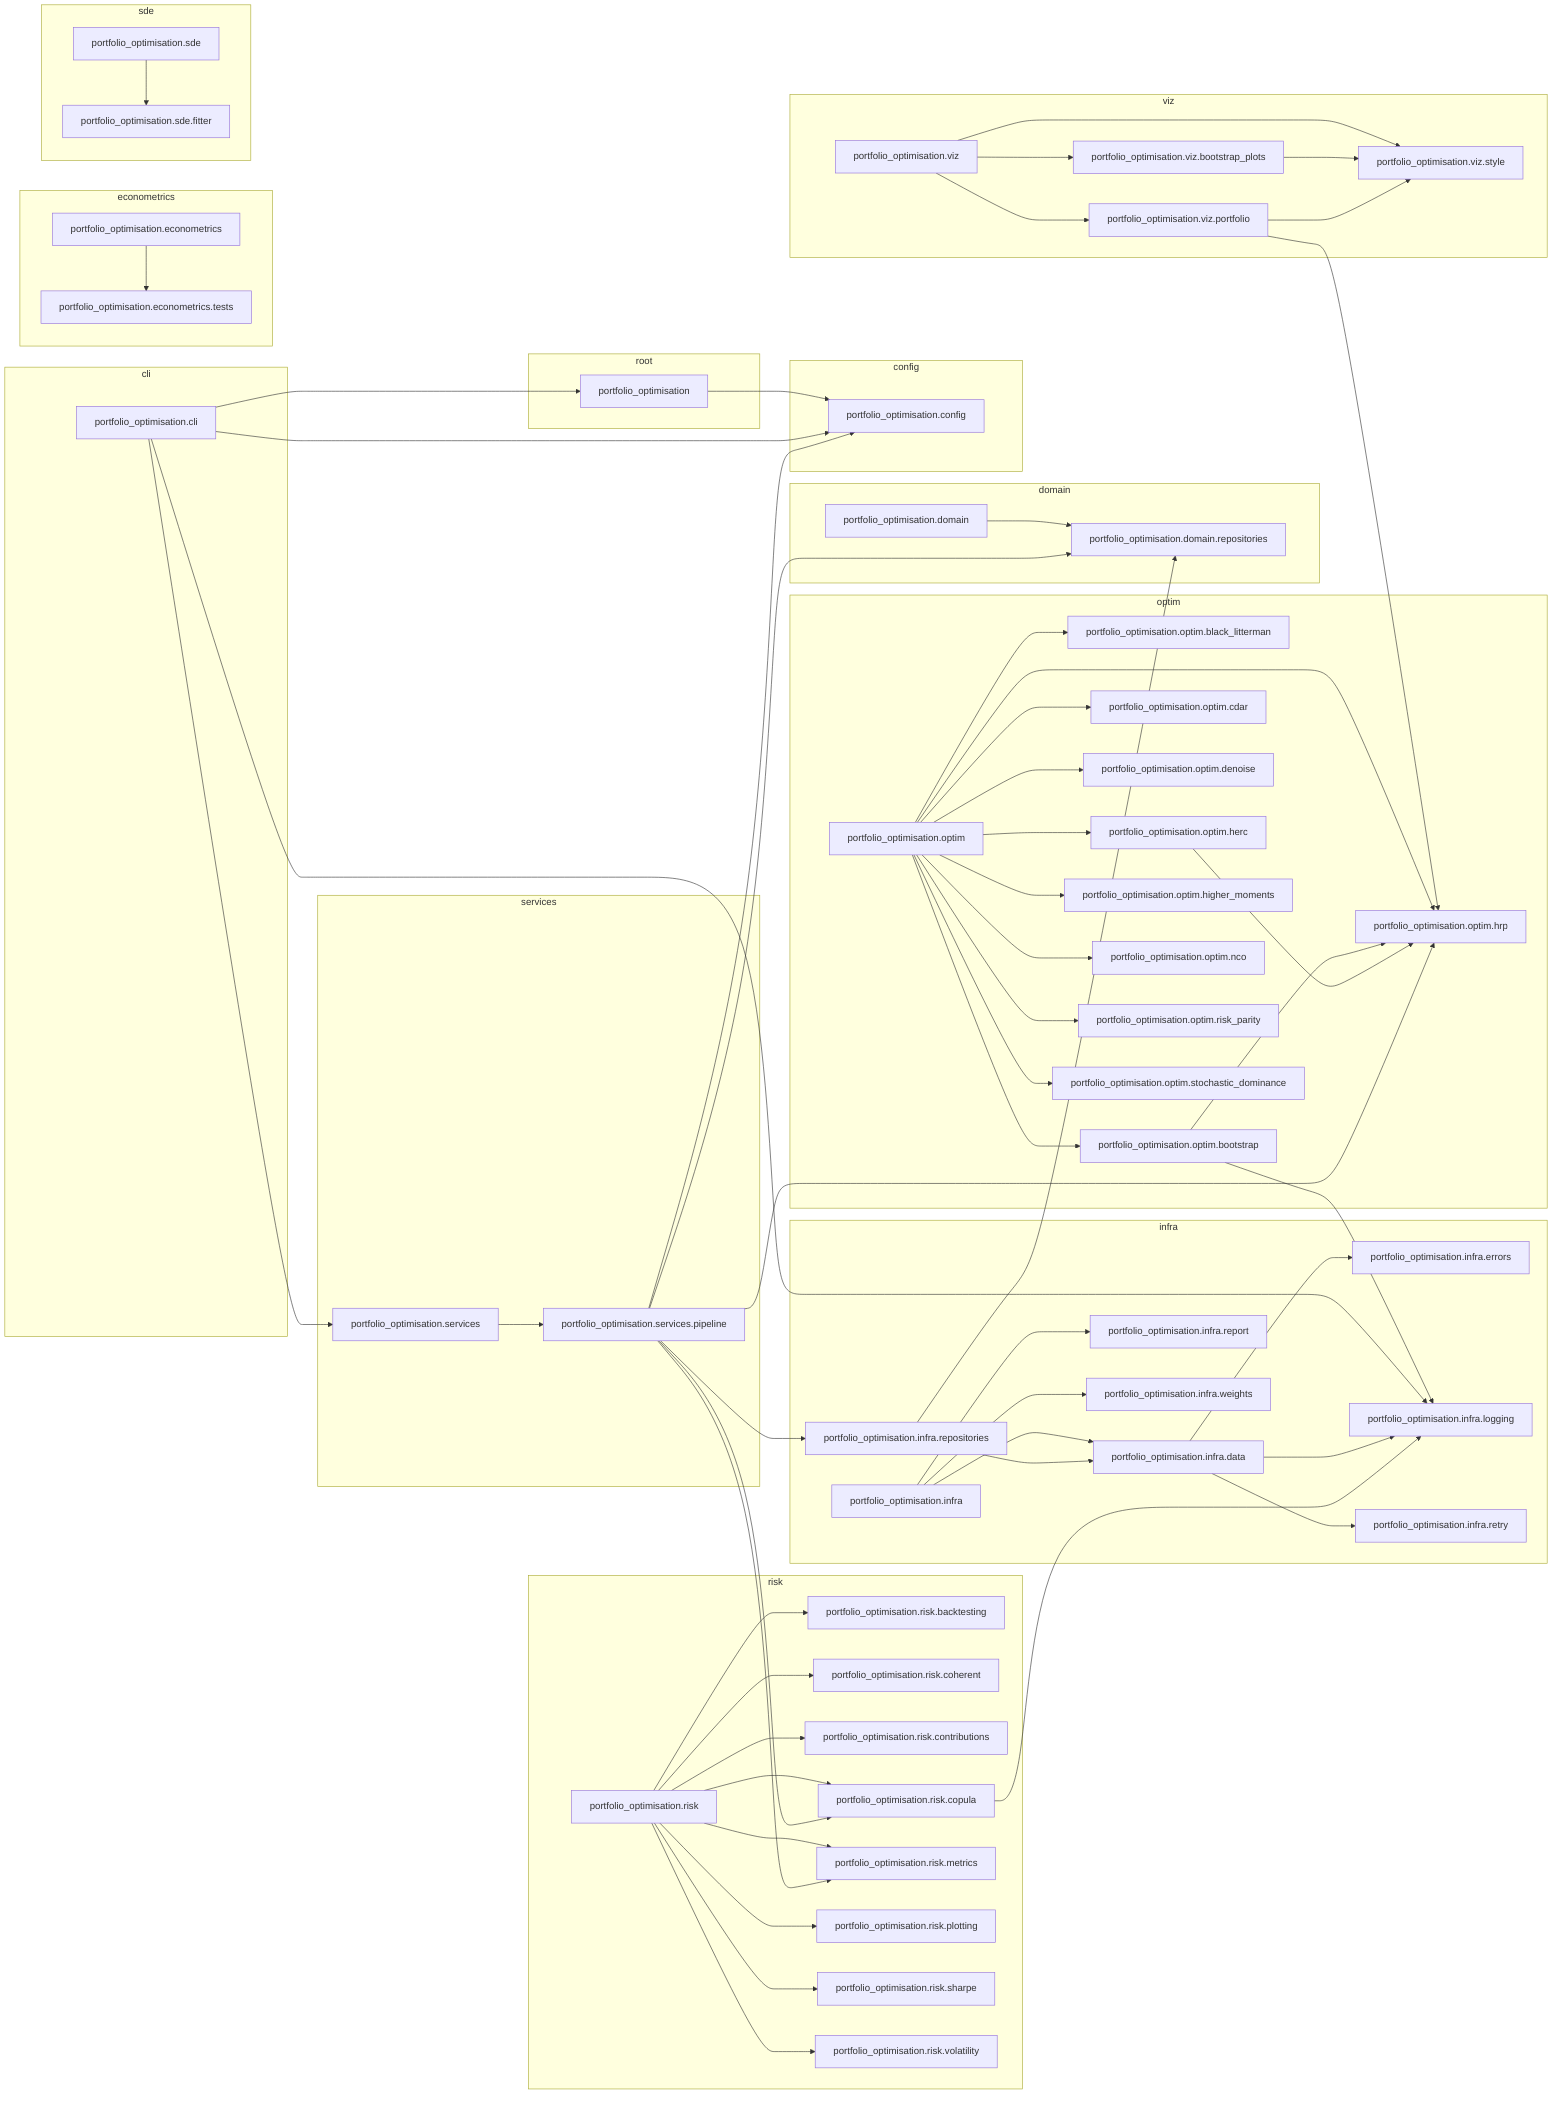
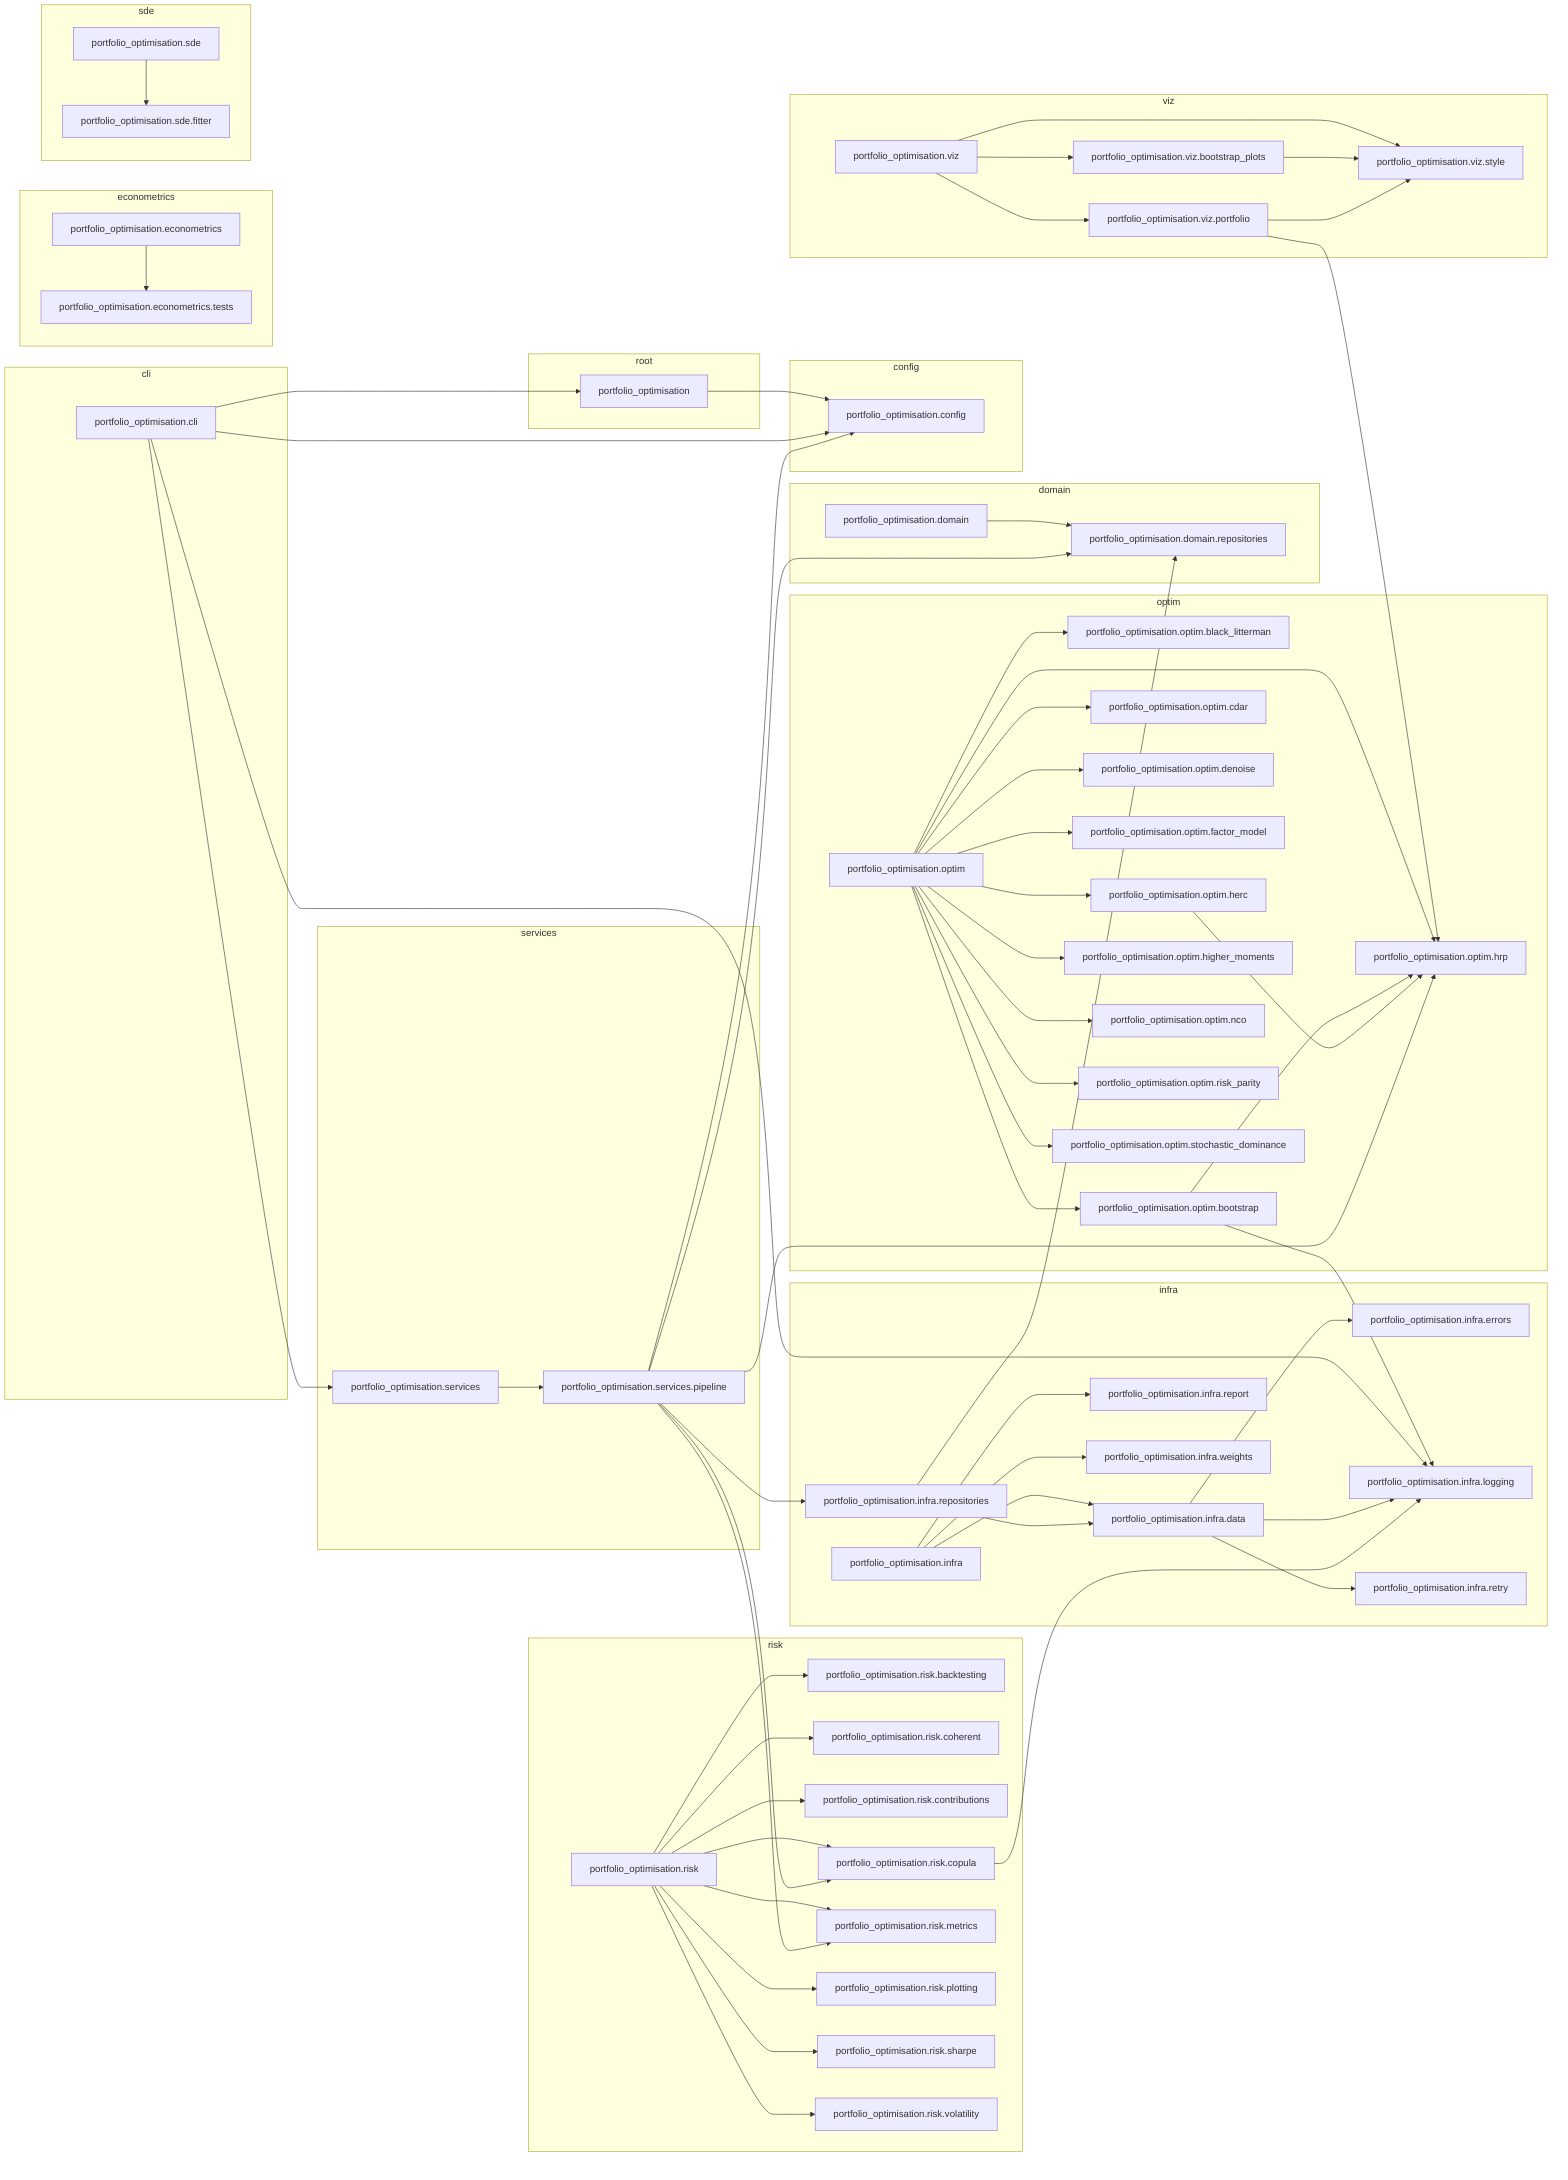
flowchart LR
    subgraph cli
        portfolio_optimisation_cli["portfolio_optimisation.cli"]
    end
    subgraph config
        portfolio_optimisation_config["portfolio_optimisation.config"]
    end
    subgraph domain
        portfolio_optimisation_domain["portfolio_optimisation.domain"]
        portfolio_optimisation_domain_repositories["portfolio_optimisation.domain.repositories"]
    end
    subgraph econometrics
        portfolio_optimisation_econometrics["portfolio_optimisation.econometrics"]
        portfolio_optimisation_econometrics_tests["portfolio_optimisation.econometrics.tests"]
    end
    subgraph infra
        portfolio_optimisation_infra["portfolio_optimisation.infra"]
        portfolio_optimisation_infra_data["portfolio_optimisation.infra.data"]
        portfolio_optimisation_infra_errors["portfolio_optimisation.infra.errors"]
        portfolio_optimisation_infra_logging["portfolio_optimisation.infra.logging"]
        portfolio_optimisation_infra_report["portfolio_optimisation.infra.report"]
        portfolio_optimisation_infra_repositories["portfolio_optimisation.infra.repositories"]
        portfolio_optimisation_infra_retry["portfolio_optimisation.infra.retry"]
        portfolio_optimisation_infra_weights["portfolio_optimisation.infra.weights"]
    end
    subgraph optim
        portfolio_optimisation_optim["portfolio_optimisation.optim"]
        portfolio_optimisation_optim_black_litterman["portfolio_optimisation.optim.black_litterman"]
        portfolio_optimisation_optim_bootstrap["portfolio_optimisation.optim.bootstrap"]
        portfolio_optimisation_optim_cdar["portfolio_optimisation.optim.cdar"]
        portfolio_optimisation_optim_denoise["portfolio_optimisation.optim.denoise"]
+         portfolio_optimisation_optim_factor_model["portfolio_optimisation.optim.factor_model"]
        portfolio_optimisation_optim_herc["portfolio_optimisation.optim.herc"]
        portfolio_optimisation_optim_higher_moments["portfolio_optimisation.optim.higher_moments"]
        portfolio_optimisation_optim_hrp["portfolio_optimisation.optim.hrp"]
        portfolio_optimisation_optim_nco["portfolio_optimisation.optim.nco"]
        portfolio_optimisation_optim_risk_parity["portfolio_optimisation.optim.risk_parity"]
        portfolio_optimisation_optim_stochastic_dominance["portfolio_optimisation.optim.stochastic_dominance"]
    end
    subgraph risk
        portfolio_optimisation_risk["portfolio_optimisation.risk"]
        portfolio_optimisation_risk_backtesting["portfolio_optimisation.risk.backtesting"]
        portfolio_optimisation_risk_coherent["portfolio_optimisation.risk.coherent"]
        portfolio_optimisation_risk_contributions["portfolio_optimisation.risk.contributions"]
        portfolio_optimisation_risk_copula["portfolio_optimisation.risk.copula"]
        portfolio_optimisation_risk_metrics["portfolio_optimisation.risk.metrics"]
        portfolio_optimisation_risk_plotting["portfolio_optimisation.risk.plotting"]
        portfolio_optimisation_risk_sharpe["portfolio_optimisation.risk.sharpe"]
        portfolio_optimisation_risk_volatility["portfolio_optimisation.risk.volatility"]
    end
    subgraph root
        portfolio_optimisation["portfolio_optimisation"]
    end
    subgraph sde
        portfolio_optimisation_sde["portfolio_optimisation.sde"]
        portfolio_optimisation_sde_fitter["portfolio_optimisation.sde.fitter"]
    end
    subgraph services
        portfolio_optimisation_services["portfolio_optimisation.services"]
        portfolio_optimisation_services_pipeline["portfolio_optimisation.services.pipeline"]
    end
    subgraph viz
        portfolio_optimisation_viz["portfolio_optimisation.viz"]
        portfolio_optimisation_viz_bootstrap_plots["portfolio_optimisation.viz.bootstrap_plots"]
        portfolio_optimisation_viz_portfolio["portfolio_optimisation.viz.portfolio"]
        portfolio_optimisation_viz_style["portfolio_optimisation.viz.style"]
    end
    portfolio_optimisation --> portfolio_optimisation_config
    portfolio_optimisation_cli --> portfolio_optimisation
    portfolio_optimisation_cli --> portfolio_optimisation_config
    portfolio_optimisation_cli --> portfolio_optimisation_infra_logging
    portfolio_optimisation_cli --> portfolio_optimisation_services
    portfolio_optimisation_domain --> portfolio_optimisation_domain_repositories
    portfolio_optimisation_econometrics --> portfolio_optimisation_econometrics_tests
    portfolio_optimisation_infra --> portfolio_optimisation_infra_data
    portfolio_optimisation_infra --> portfolio_optimisation_infra_report
    portfolio_optimisation_infra --> portfolio_optimisation_infra_weights
    portfolio_optimisation_infra_data --> portfolio_optimisation_infra_errors
    portfolio_optimisation_infra_data --> portfolio_optimisation_infra_logging
    portfolio_optimisation_infra_data --> portfolio_optimisation_infra_retry
    portfolio_optimisation_infra_repositories --> portfolio_optimisation_domain_repositories
    portfolio_optimisation_infra_repositories --> portfolio_optimisation_infra_data
    portfolio_optimisation_optim --> portfolio_optimisation_optim_black_litterman
    portfolio_optimisation_optim --> portfolio_optimisation_optim_bootstrap
    portfolio_optimisation_optim --> portfolio_optimisation_optim_cdar
    portfolio_optimisation_optim --> portfolio_optimisation_optim_denoise
+     portfolio_optimisation_optim --> portfolio_optimisation_optim_factor_model
    portfolio_optimisation_optim --> portfolio_optimisation_optim_herc
    portfolio_optimisation_optim --> portfolio_optimisation_optim_higher_moments
    portfolio_optimisation_optim --> portfolio_optimisation_optim_hrp
    portfolio_optimisation_optim --> portfolio_optimisation_optim_nco
    portfolio_optimisation_optim --> portfolio_optimisation_optim_risk_parity
    portfolio_optimisation_optim --> portfolio_optimisation_optim_stochastic_dominance
    portfolio_optimisation_optim_bootstrap --> portfolio_optimisation_infra_logging
    portfolio_optimisation_optim_bootstrap --> portfolio_optimisation_optim_hrp
    portfolio_optimisation_optim_herc --> portfolio_optimisation_optim_hrp
    portfolio_optimisation_risk --> portfolio_optimisation_risk_backtesting
    portfolio_optimisation_risk --> portfolio_optimisation_risk_coherent
    portfolio_optimisation_risk --> portfolio_optimisation_risk_contributions
    portfolio_optimisation_risk --> portfolio_optimisation_risk_copula
    portfolio_optimisation_risk --> portfolio_optimisation_risk_metrics
    portfolio_optimisation_risk --> portfolio_optimisation_risk_plotting
    portfolio_optimisation_risk --> portfolio_optimisation_risk_sharpe
    portfolio_optimisation_risk --> portfolio_optimisation_risk_volatility
    portfolio_optimisation_risk_copula --> portfolio_optimisation_infra_logging
    portfolio_optimisation_sde --> portfolio_optimisation_sde_fitter
    portfolio_optimisation_services --> portfolio_optimisation_services_pipeline
    portfolio_optimisation_services_pipeline --> portfolio_optimisation_config
    portfolio_optimisation_services_pipeline --> portfolio_optimisation_domain_repositories
    portfolio_optimisation_services_pipeline --> portfolio_optimisation_infra_repositories
    portfolio_optimisation_services_pipeline --> portfolio_optimisation_optim_hrp
    portfolio_optimisation_services_pipeline --> portfolio_optimisation_risk_copula
    portfolio_optimisation_services_pipeline --> portfolio_optimisation_risk_metrics
    portfolio_optimisation_viz --> portfolio_optimisation_viz_bootstrap_plots
    portfolio_optimisation_viz --> portfolio_optimisation_viz_portfolio
    portfolio_optimisation_viz --> portfolio_optimisation_viz_style
    portfolio_optimisation_viz_bootstrap_plots --> portfolio_optimisation_viz_style
    portfolio_optimisation_viz_portfolio --> portfolio_optimisation_optim_hrp
    portfolio_optimisation_viz_portfolio --> portfolio_optimisation_viz_style
